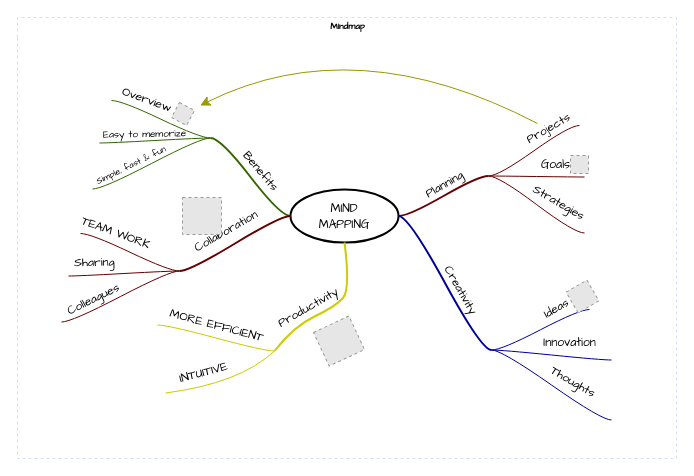
Earlier version of the draw.io diagram 未命名绘图.drawio (snow60/Demo). Source tidied: cells renumbered, new cells numbered last; positions are measured from the earlier drawing's top-left corner, leaving out a move shared by most shapes. Both pictures are drawn from the tidied source at 100%, with x=0, y=0 at pixel (17, 17). Pictures stored in the file or linked from it are replaced by grey dashed boxes.
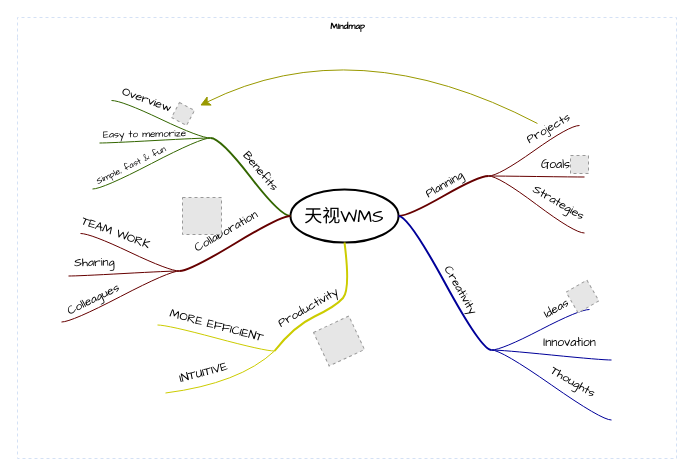
Above is the later version.

The change refers to these unchanged cells:
```xml
<mxCell id="2" value="Mindmap" style="swimlane;html=1;startSize=20;horizontal=1;containerType=tree;labelBackgroundColor=none;strokeColor=#D4E1F5;strokeWidth=1;fillColor=none;fontFamily=Comic Sans MS;fontSize=9;swimlaneLine=0;dashed=1;" parent="1" vertex="1">
  <mxGeometry width="659" height="441" as="geometry" />
</mxCell>
```

Diff of the diagram source:
```diff
@@
-    <mxCell id="3" value="&lt;font face=&quot;Comic Sans MS&quot;&gt;MIND&lt;br&gt;MAPPING&lt;/font&gt;" style="ellipse;whiteSpace=wrap;html=1;align=center;strokeWidth=2;" parent="2" vertex="1">
+    <mxCell id="3" value="&lt;font style=&quot;font-size: 18px;&quot; face=&quot;Comic Sans MS&quot;&gt;天视WMS&lt;/font&gt;" style="ellipse;whiteSpace=wrap;html=1;align=center;strokeWidth=2;" parent="2" vertex="1">
       <mxGeometry x="273" y="172" width="108" height="53" as="geometry" />
     </mxCell>
```
